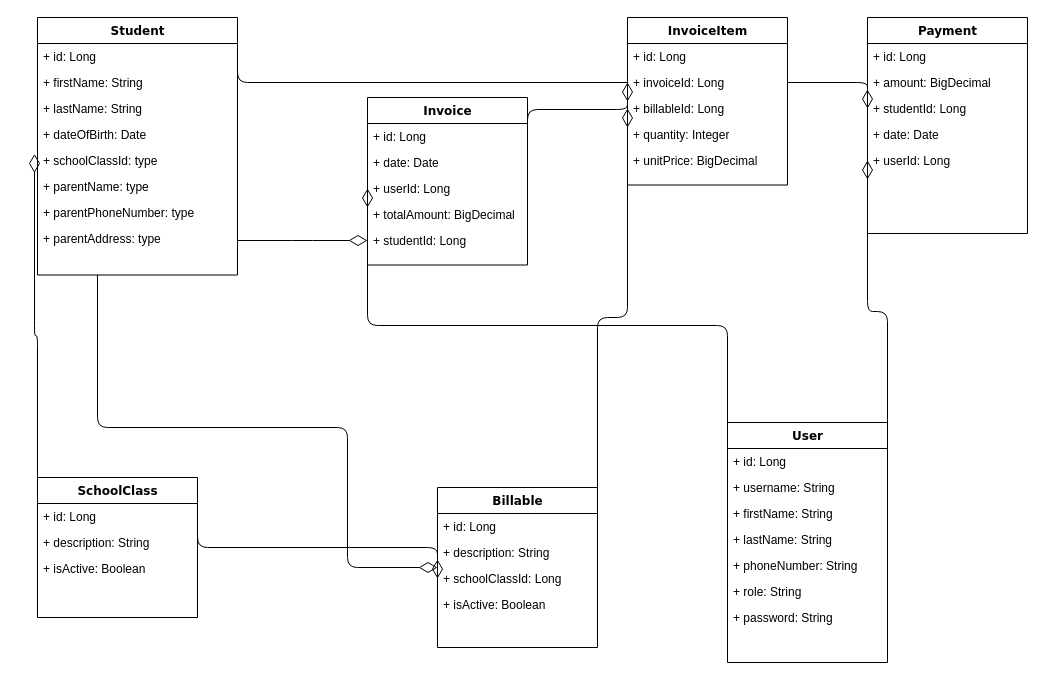
Before: ER.drawio in graccasoft/school-invoicing, a draw.io diagram. Source tidied: cells renumbered, new cells numbered last; positions are measured from the earlier drawing's top-left corner, leaving out a move shared by most shapes. Both pictures are drawn from the tidied source at 100%, with x=0, y=0 at pixel (37, 17).
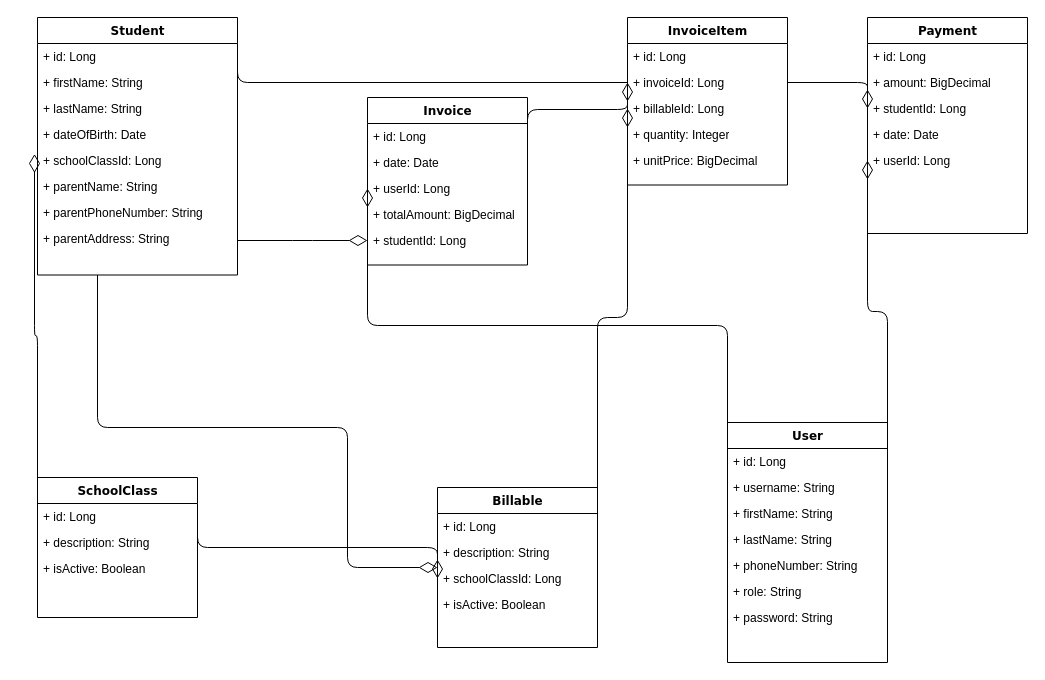
After the change.

Unchanged cells that the change refers to:
```xml
<mxCell id="3" value="Student" style="swimlane;html=1;fontStyle=1;align=center;verticalAlign=top;horizontal=1;startSize=26;swimlaneFillColor=#ffffff;rounded=0;shadow=0;comic=0;labelBackgroundColor=none;strokeWidth=1;fillColor=none;fontFamily=Verdana;fontSize=12;" parent="1" vertex="1">
  <mxGeometry width="200" height="257.5" as="geometry" />
</mxCell>
```

What changed in the source:
```diff
@@
-    <mxCell id="8" value="+ schoolClassId: type" style="text;html=1;strokeColor=none;fillColor=none;align=left;verticalAlign=top;spacingLeft=4;spacingRight=4;whiteSpace=wrap;overflow=hidden;points=[[0,0.5],[1,0.5]];portConstraint=eastwest;" parent="3" vertex="1">
+    <mxCell id="8" value="+ schoolClassId: Long" style="text;html=1;strokeColor=none;fillColor=none;align=left;verticalAlign=top;spacingLeft=4;spacingRight=4;whiteSpace=wrap;overflow=hidden;points=[[0,0.5],[1,0.5]];portConstraint=eastwest;" parent="3" vertex="1">
       <mxGeometry y="130" width="200" height="26" as="geometry" />
     </mxCell>
-    <mxCell id="9" value="+ parentName: type" style="text;html=1;strokeColor=none;fillColor=none;align=left;verticalAlign=top;spacingLeft=4;spacingRight=4;whiteSpace=wrap;overflow=hidden;" parent="3" vertex="1">
+    <mxCell id="9" value="+ parentName: String" style="text;html=1;strokeColor=none;fillColor=none;align=left;verticalAlign=top;spacingLeft=4;spacingRight=4;whiteSpace=wrap;overflow=hidden;" parent="3" vertex="1">
       <mxGeometry y="156" width="200" height="26" as="geometry" />
     </mxCell>
-    <mxCell id="10" value="+ parentPhoneNumber: type" style="text;html=1;strokeColor=none;fillColor=none;align=left;verticalAlign=top;spacingLeft=4;spacingRight=4;whiteSpace=wrap;overflow=hidden;" parent="3" vertex="1">
+    <mxCell id="10" value="+ parentPhoneNumber: String" style="text;html=1;strokeColor=none;fillColor=none;align=left;verticalAlign=top;spacingLeft=4;spacingRight=4;whiteSpace=wrap;overflow=hidden;" parent="3" vertex="1">
       <mxGeometry y="182" width="200" height="26" as="geometry" />
     </mxCell>
-    <mxCell id="11" value="+ parentAddress: type" style="text;html=1;strokeColor=none;fillColor=none;align=left;verticalAlign=top;spacingLeft=4;spacingRight=4;whiteSpace=wrap;overflow=hidden;" parent="3" vertex="1">
+    <mxCell id="11" value="+ parentAddress: String" style="text;html=1;strokeColor=none;fillColor=none;align=left;verticalAlign=top;spacingLeft=4;spacingRight=4;whiteSpace=wrap;overflow=hidden;" parent="3" vertex="1">
       <mxGeometry y="208" width="200" height="26" as="geometry" />
     </mxCell>
```
